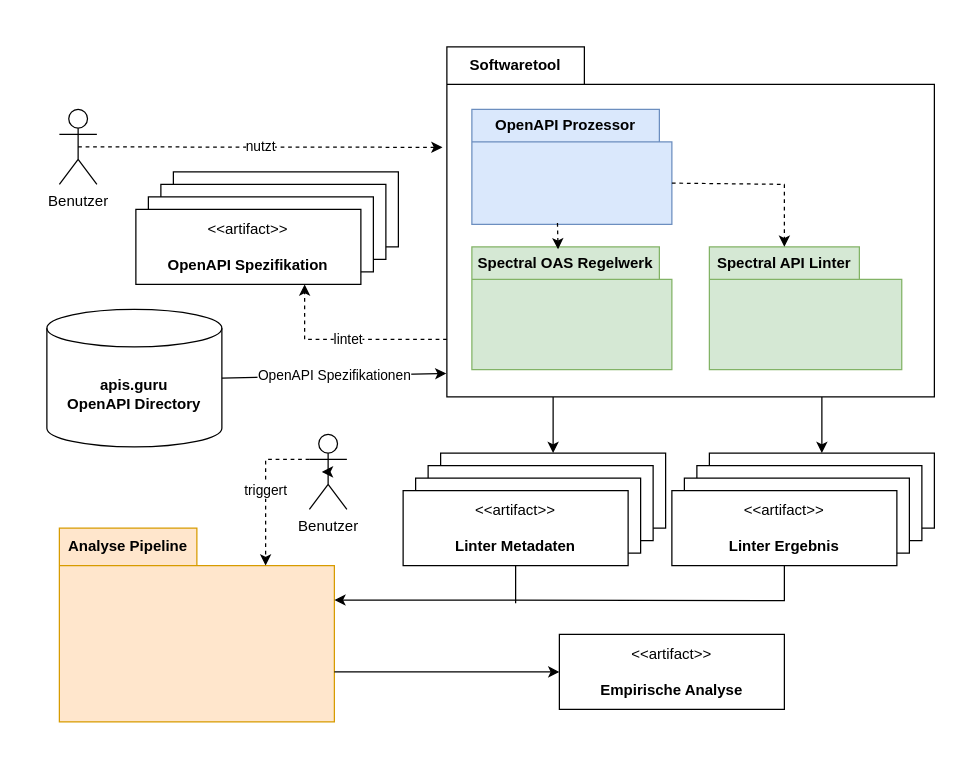
paulbrenker/thesis keeps this draw.io diagram as requirements/diagram/contextview.drawio. Above is the earlier version. Source tidied: cells renumbered, new cells numbered last; positions are measured from the earlier drawing's top-left corner, leaving out a move shared by most shapes. Both pictures are drawn from the tidied source at 125%, with x=0, y=0 at pixel (21, 21).
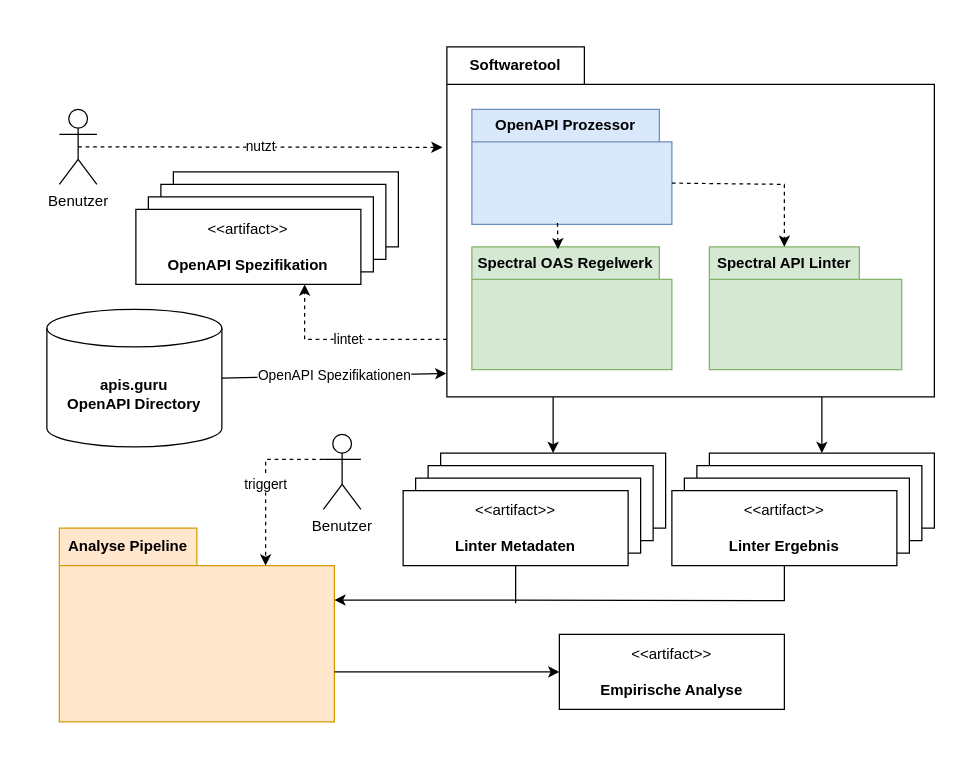
The same page after the edit.

Change to the diagram source:
```diff
@@
-    <mxCell id="38" style="edgeStyle=none;html=1;exitX=0.5;exitY=0.5;exitDx=0;exitDy=0;exitPerimeter=0;" parent="1" edge="1" source="39">
-      <mxGeometry relative="1" as="geometry">
-        <mxPoint x="240" y="360" as="targetPoint" />
-      </mxGeometry>
-    </mxCell>
     <mxCell id="39" value="Benutzer&lt;div&gt;&lt;br&gt;&lt;/div&gt;" style="shape=umlActor;verticalLabelPosition=bottom;verticalAlign=top;html=1;outlineConnect=0;" parent="1" vertex="1">
-      <mxGeometry x="230" y="330" width="30" height="60" as="geometry" />
+      <mxGeometry x="241.2" y="330" width="30" height="60" as="geometry" />
     </mxCell>
```
